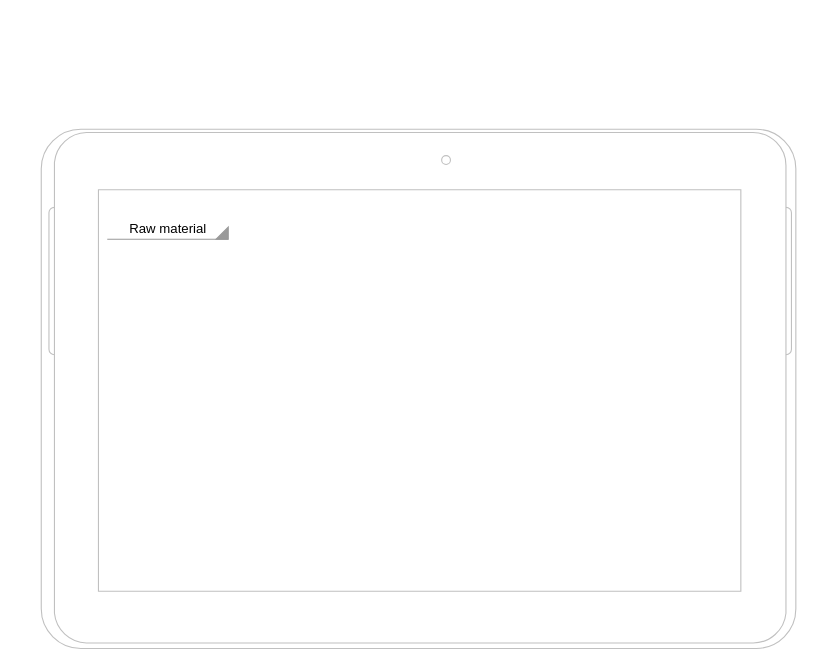
This is page "Page-1" (1 of 3) of design1.drawio from nvgvikas/mycode, a draw.io file, before an edit. Source tidied: cells renumbered, new cells numbered last; positions are measured from the earlier drawing's top-left corner, leaving out a move shared by most shapes. Both pictures are drawn from the tidied source at 110%, with x=0, y=0 at pixel (41, 129).
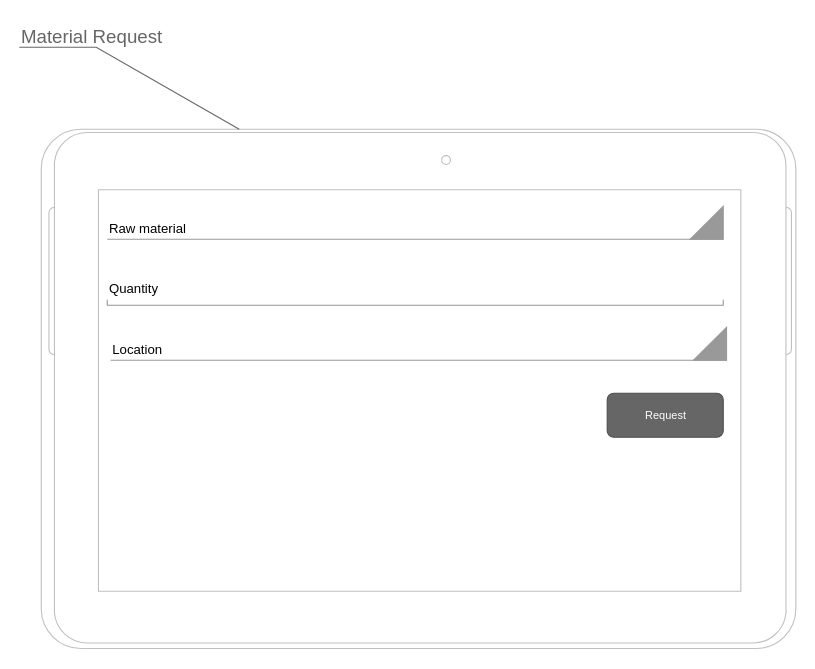
The same diagram, later.

What changed in the source:
```diff
@@
 <mxGraphModel>
   <root>
     <mxCell id="0" />
     <mxCell id="1" parent="0" />
     <mxCell id="2" style="verticalLabelPosition=bottom;verticalAlign=top;html=1;shadow=0;dashed=0;strokeWidth=1;shape=mxgraph.android.tab2;strokeColor=#c0c0c0;direction=north;" parent="1" vertex="1">
       <mxGeometry width="686" height="472" as="geometry" />
     </mxCell>
-    <mxCell id="3" value="Raw material" style="strokeWidth=1;html=1;shadow=0;dashed=0;shape=mxgraph.android.spinner2;align=center;fillColor=#999999;strokeColor=#999999;verticalAlign=bottom;" parent="1" vertex="1">
-      <mxGeometry x="60" y="70" width="110" height="30" as="geometry" />
+    <mxCell id="3" value="Raw material" style="strokeWidth=1;html=1;shadow=0;dashed=0;shape=mxgraph.android.spinner2;align=left;fillColor=#999999;strokeColor=#999999;verticalAlign=bottom;" parent="1" vertex="1">
+      <mxGeometry x="60" y="70" width="560" height="30" as="geometry" />
     </mxCell>
+    <mxCell id="4" value="Quantity" style="strokeWidth=1;html=1;shadow=0;dashed=0;shape=mxgraph.android.textfield;align=left;strokeColor=#999999;" parent="1" vertex="1">
+      <mxGeometry x="60" y="130" width="560" height="30" as="geometry" />
+    </mxCell>
+    <mxCell id="5" value="Request" style="rounded=1;html=1;shadow=0;dashed=0;whiteSpace=wrap;fontSize=10;fillColor=#666666;align=center;strokeColor=#4D4D4D;fontColor=#ffffff;" parent="1" vertex="1">
+      <mxGeometry x="514.5" y="240" width="105.5" height="40" as="geometry" />
+    </mxCell>
+    <mxCell id="6" value="Location" style="strokeWidth=1;html=1;shadow=0;dashed=0;shape=mxgraph.android.spinner2;align=left;fillColor=#999999;strokeColor=#999999;verticalAlign=bottom;" parent="1" vertex="1">
+      <mxGeometry x="63" y="180" width="560" height="30" as="geometry" />
+    </mxCell>
+    <mxCell id="7" value="Material Request" style="strokeWidth=1;shadow=0;dashed=0;align=center;html=1;shape=mxgraph.mockup.text.callout;linkText=;textSize=17;textColor=#666666;callDir=NW;callStyle=line;fontSize=17;fontColor=#666666;align=left;verticalAlign=top;strokeColor=#666666;" parent="1" vertex="1">
+      <mxGeometry x="-20" y="-100" width="200" height="100" as="geometry" />
+    </mxCell>
   </root>
 </mxGraphModel>
```
